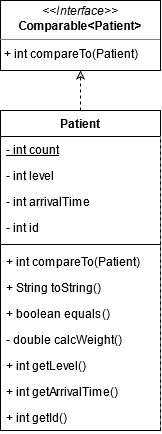
The draw.io diagram Docs/Patient-UML.png in jack-mil/ER-Simulator, before a commit. Source tidied: cells renumbered, new cells last; positions are measured from the earlier drawing's top-left corner, leaving out a move shared by most shapes.
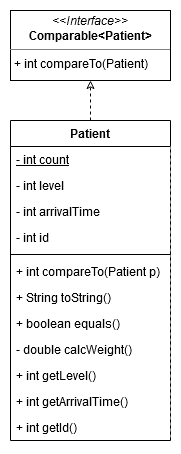
The same diagram one commit later.

Commit message:
Make RoomsList UML and begin docs

Change to the diagram source:
```diff
@@ -25,7 +25,7 @@
     <mxCell id="8" style="line;html=1;strokeWidth=1;align=left;verticalAlign=middle;spacingTop=-1;spacingLeft=3;spacingRight=3;labelPosition=right;" parent="3" vertex="1">
       <mxGeometry y="130" width="160" height="8" as="geometry" />
     </mxCell>
-    <mxCell id="9" value="+ int compareTo(Patient)&#10;" style="text;align=left;verticalAlign=top;spacingLeft=4;spacingRight=4;overflow=hidden;" parent="3" vertex="1">
+    <mxCell id="9" value="+ int compareTo(Patient p)&#10;" style="text;align=left;verticalAlign=top;spacingLeft=4;spacingRight=4;overflow=hidden;" parent="3" vertex="1">
       <mxGeometry y="138" width="160" height="26" as="geometry" />
     </mxCell>
     <mxCell id="10" value="+ String toString()" style="text;align=left;verticalAlign=top;spacingLeft=4;spacingRight=4;overflow=hidden;" parent="3" vertex="1">
```
